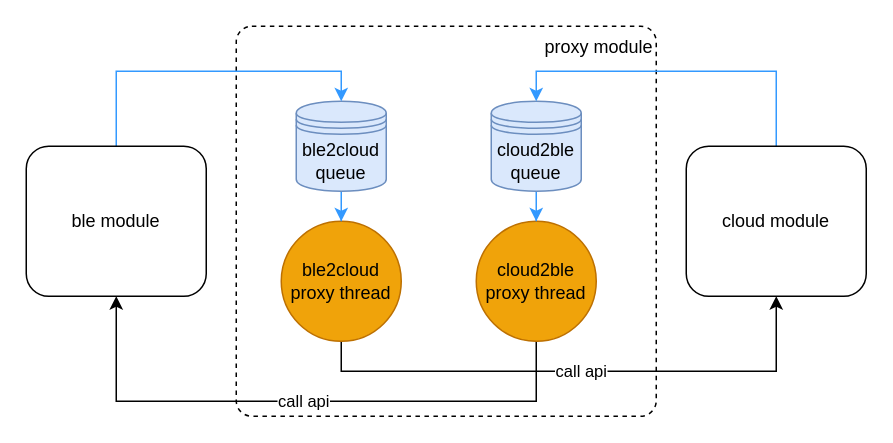
Earlier version of the draw.io diagram myspace/ble_gateway.drawio (git4Chub/drawio_doc). Source tidied: cells renumbered, new cells numbered last; positions are measured from the earlier drawing's top-left corner, leaving out a move shared by most shapes. Both pictures are drawn from the tidied source at 150%, with x=0, y=0 at pixel (26, 26).
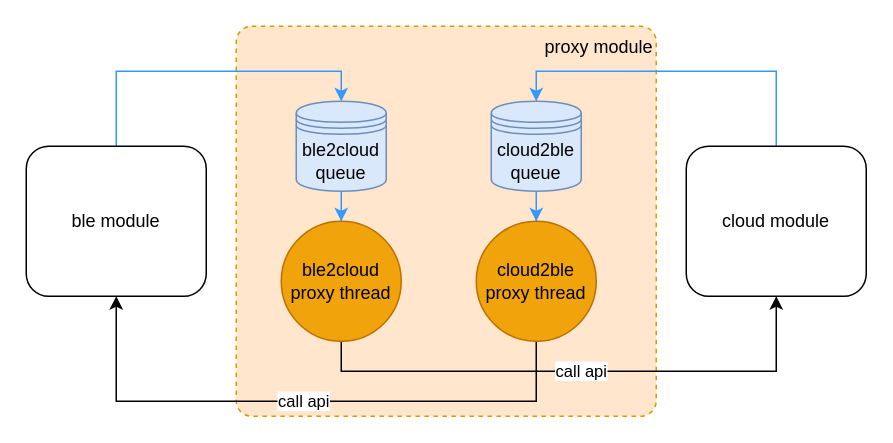
The same page after the edit.

Change to the diagram source:
```diff
@@
 <mxGraphModel>
   <root>
     <mxCell id="0" />
     <mxCell id="1" parent="0" />
-    <mxCell id="2" value="proxy module" style="rounded=1;whiteSpace=wrap;html=1;arcSize=4;fillColor=none;strokeColor=#000000;align=right;horizontal=1;verticalAlign=top;dashed=1;" parent="1" vertex="1">
+    <mxCell id="2" value="proxy module" style="rounded=1;whiteSpace=wrap;html=1;arcSize=4;fillColor=#ffe6cc;strokeColor=#d79b00;align=right;horizontal=1;verticalAlign=top;dashed=1;" parent="1" vertex="1">
       <mxGeometry x="140" width="280" height="260" as="geometry" />
     </mxCell>
     <mxCell id="3" value="call api" style="edgeStyle=orthogonalEdgeStyle;rounded=0;jettySize=auto;html=1;entryX=0.5;entryY=1;entryDx=0;entryDy=0;strokeColor=#000000;exitX=0.5;exitY=1;exitDx=0;exitDy=0;" parent="1" edge="1" source="4" target="14">
       <mxGeometry relative="1" as="geometry" />
     </mxCell>
     <mxCell id="4" value="ble2cloud proxy thread" style="ellipse;whiteSpace=wrap;html=1;fillColor=#f0a30a;strokeColor=#BD7000;fontColor=#000000;" parent="1" vertex="1">
       <mxGeometry x="170" y="130" width="80" height="80" as="geometry" />
     </mxCell>
     <mxCell id="5" value="call api" style="edgeStyle=orthogonalEdgeStyle;rounded=0;jettySize=auto;html=1;entryX=0.5;entryY=1;entryDx=0;entryDy=0;strokeColor=#000000;exitX=0.5;exitY=1;exitDx=0;exitDy=0;" parent="1" edge="1" source="6" target="12">
       <mxGeometry relative="1" as="geometry">
         <Array as="points">
           <mxPoint x="340" y="250" />
           <mxPoint x="60" y="250" />
         </Array>
       </mxGeometry>
     </mxCell>
     <mxCell id="6" value="cloud2ble proxy thread" style="ellipse;whiteSpace=wrap;html=1;fillColor=#f0a30a;strokeColor=#BD7000;fontColor=#000000;" parent="1" vertex="1">
       <mxGeometry x="300" y="130" width="80" height="80" as="geometry" />
     </mxCell>
     <mxCell id="7" style="edgeStyle=orthogonalEdgeStyle;rounded=0;jettySize=auto;html=1;strokeColor=#3399FF;" parent="1" edge="1" source="8" target="4">
       <mxGeometry relative="1" as="geometry" />
     </mxCell>
     <mxCell id="8" value="ble2cloud queue" style="shape=datastore;whiteSpace=wrap;html=1;fillColor=#dae8fc;strokeColor=#6c8ebf;" parent="1" vertex="1">
       <mxGeometry x="180" y="50" width="60" height="60" as="geometry" />
     </mxCell>
     <mxCell id="9" style="edgeStyle=orthogonalEdgeStyle;rounded=0;jettySize=auto;html=1;strokeColor=#3399FF;" parent="1" edge="1" source="10" target="6">
       <mxGeometry relative="1" as="geometry" />
     </mxCell>
     <mxCell id="10" value="cloud2ble&lt;br&gt;queue" style="shape=datastore;whiteSpace=wrap;html=1;fillColor=#dae8fc;strokeColor=#6c8ebf;" parent="1" vertex="1">
       <mxGeometry x="310" y="50" width="60" height="60" as="geometry" />
     </mxCell>
     <mxCell id="11" style="edgeStyle=orthogonalEdgeStyle;rounded=0;jettySize=auto;html=1;entryX=0.5;entryY=0;entryDx=0;entryDy=0;exitX=0.5;exitY=0;exitDx=0;exitDy=0;strokeColor=#3399FF;" parent="1" edge="1" source="12" target="8">
       <mxGeometry relative="1" as="geometry" />
     </mxCell>
     <mxCell id="12" value="ble module" style="rounded=1;whiteSpace=wrap;html=1;" parent="1" vertex="1">
       <mxGeometry y="80" width="120" height="100" as="geometry" />
     </mxCell>
     <mxCell id="13" style="edgeStyle=orthogonalEdgeStyle;rounded=0;jettySize=auto;html=1;entryX=0.5;entryY=0;entryDx=0;entryDy=0;exitX=0.5;exitY=0;exitDx=0;exitDy=0;strokeColor=#3399FF;" parent="1" edge="1" source="14" target="10">
       <mxGeometry relative="1" as="geometry" />
     </mxCell>
     <mxCell id="14" value="cloud module" style="rounded=1;whiteSpace=wrap;html=1;" parent="1" vertex="1">
       <mxGeometry x="440" y="80" width="120" height="100" as="geometry" />
     </mxCell>
   </root>
 </mxGraphModel>
```
